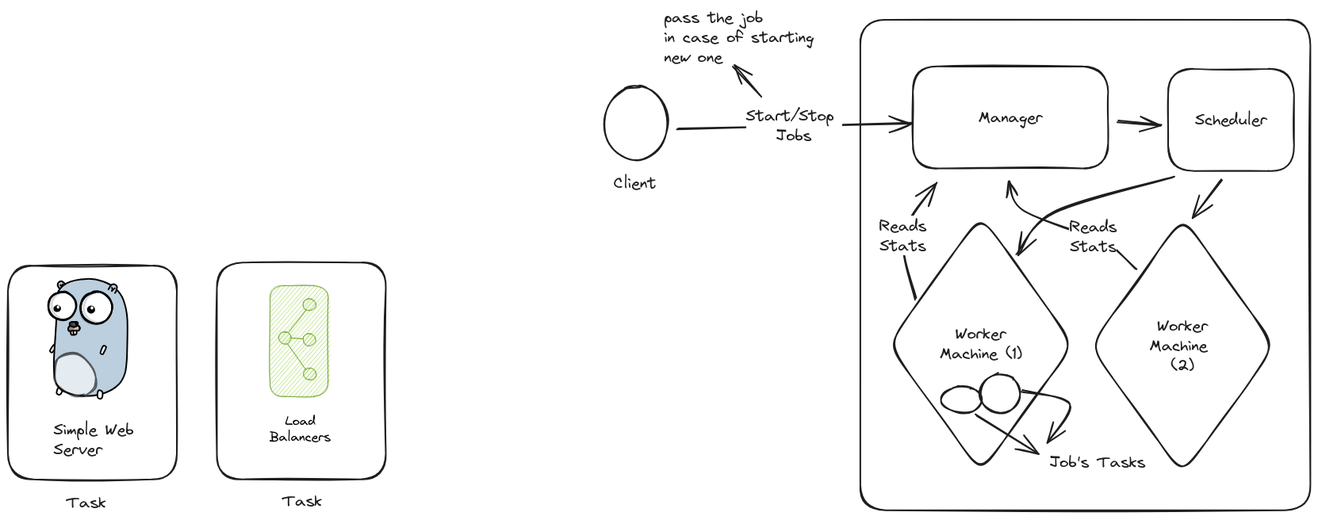
The Excalidraw diagram orchestrator/readme.excalidraw.png in FadyGamilH/system-programming-projects, before a commit. Source tidied: one line per element, renumbered; positions are measured from the earlier drawing's top-left corner, leaving out a move shared by most shapes.
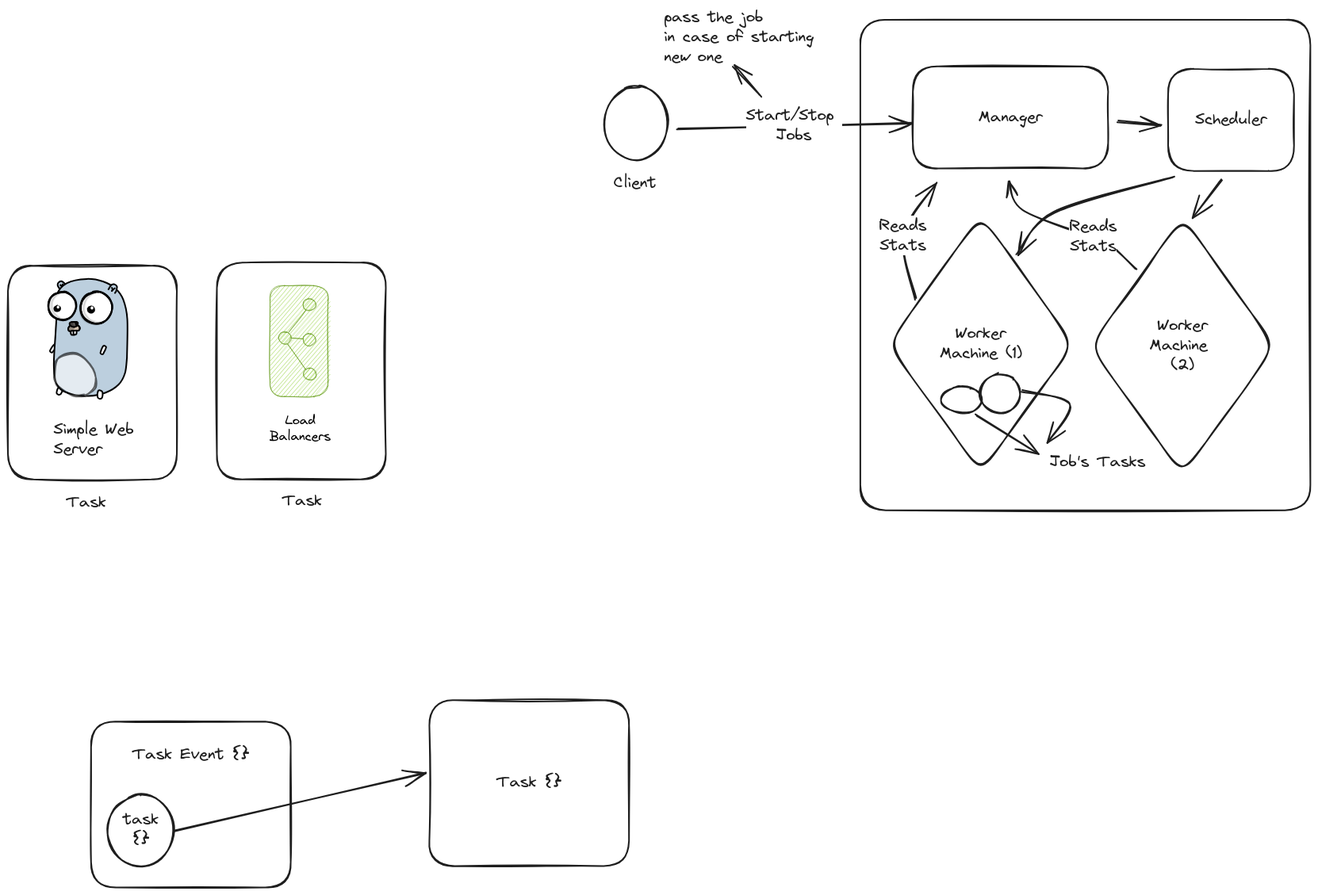
After the commit.

Commit message:
finish the impl of running a task as a container

Diff of the diagram source:
```diff
@@ -47,7 +47,7 @@
 {"id": 46, "type": "arrow", "strokeColor": "#5c940d", "backgroundColor": "#82c91e", "fillStyle": "hachure", "strokeWidth": 1, "roughness": 1, "opacity": 60, "from": 43, "x": 353, "y": 424, "width": 23, "height": 32, "points": [[0, 0], [23, 32]]}
 {"id": 47, "type": "arrow", "strokeColor": "#5c940d", "backgroundColor": "#82c91e", "fillStyle": "hachure", "strokeWidth": 1, "roughness": 1, "opacity": 60, "from": 43, "to": 42, "x": 358, "y": 416, "width": 14, "height": 1, "points": [[0, 0], [14, 1]]}
 {"id": 48, "type": "arrow", "strokeColor": "#5c940d", "backgroundColor": "#82c91e", "fillStyle": "hachure", "strokeWidth": 1, "roughness": 1, "opacity": 60, "from": 43, "to": 45, "x": 354, "y": 409, "width": 22, "height": 28, "points": [[0, 0], [22, -28]]}
-{"id": 49, "type": "text", "text": "Load\nBalancers", "strokeColor": "#000000", "backgroundColor": "#fab005", "fillStyle": "hachure", "strokeWidth": 1, "roughness": 1, "fontSize": 16, "fontFamily": 1, "textAlign": "center", "x": 330, "y": 512, "width": 78, "height": 40}
+{"id": 49, "type": "text", "text": "Load\nBalancers", "strokeColor": "#000000", "backgroundColor": "#fab005", "fillStyle": "hachure", "strokeWidth": 1, "roughness": 1, "fontSize": 16, "fontFamily": 1, "textAlign": "center", "x": 330, "y": 512, "width": 77, "height": 40}
 {"id": 50, "type": "ellipse", "strokeColor": "#1e1e1e", "strokeWidth": 2, "roughness": 1, "round": true, "x": 752, "y": 99, "width": 80, "height": 92}
 {"id": 51, "type": "text", "text": "Client", "strokeColor": "#1e1e1e", "strokeWidth": 2, "roughness": 1, "fontSize": 20, "fontFamily": 1, "x": 764, "y": 209, "width": 54, "height": 25}
 {"id": 52, "type": "rectangle", "strokeColor": "#1e1e1e", "strokeWidth": 2, "roughness": 1, "round": true, "x": 1075, "y": 15, "width": 568, "height": 619}
@@ -75,3 +75,10 @@
 {"id": 74, "type": "text", "text": "Reads\nStats", "strokeColor": "#1e1e1e", "strokeWidth": 2, "roughness": 1, "fontSize": 20, "fontFamily": 1, "textAlign": "center", "verticalAlign": "middle", "inside": 73, "x": 1139, "y": 248, "width": 60, "height": 50}
 {"id": 75, "type": "arrow", "strokeColor": "#1e1e1e", "strokeWidth": 2, "roughness": 1, "endArrowhead": "arrow", "round": true, "from": 64, "to": 53, "x": 1424, "y": 328, "width": 161, "height": 110, "points": [[0, 0], [-31, -28], [-55, -39], [-145, -72], [-161, -110]]}
 {"id": 76, "type": "text", "text": "Reads\nStats", "strokeColor": "#1e1e1e", "strokeWidth": 2, "roughness": 1, "fontSize": 20, "fontFamily": 1, "textAlign": "center", "verticalAlign": "middle", "inside": 75, "x": 1342, "y": 248, "width": 60, "height": 50}
+{"id": 77, "type": "rectangle", "strokeColor": "#1e1e1e", "strokeWidth": 2, "roughness": 1, "round": true, "x": 105, "y": 900, "width": 252, "height": 209}
+{"id": 78, "type": "text", "text": "Task Event {}\n\n\n\n\n", "strokeColor": "#1e1e1e", "strokeWidth": 2, "roughness": 1, "fontSize": 20, "fontFamily": 1, "textAlign": "center", "verticalAlign": "middle", "inside": 77, "x": 157, "y": 930, "width": 147, "height": 150}
+{"id": 79, "type": "ellipse", "strokeColor": "#1e1e1e", "strokeWidth": 2, "roughness": 1, "round": true, "x": 126, "y": 992, "width": 84, "height": 91}
+{"id": 80, "type": "text", "text": "task\n{}", "strokeColor": "#1e1e1e", "strokeWidth": 2, "roughness": 1, "fontSize": 20, "fontFamily": 1, "textAlign": "center", "verticalAlign": "middle", "inside": 79, "x": 145, "y": 1012, "width": 45, "height": 50}
+{"id": 81, "type": "arrow", "strokeColor": "#1e1e1e", "strokeWidth": 2, "roughness": 1, "endArrowhead": "arrow", "round": true, "from": 79, "to": 82, "x": 210, "y": 1038, "width": 316, "height": 73, "points": [[0, 0], [316, -73]]}
+{"id": 82, "type": "rectangle", "strokeColor": "#1e1e1e", "strokeWidth": 2, "roughness": 1, "round": true, "x": 531, "y": 873, "width": 252, "height": 209}
+{"id": 83, "type": "text", "text": "Task {}", "strokeColor": "#1e1e1e", "strokeWidth": 2, "roughness": 1, "fontSize": 20, "fontFamily": 1, "textAlign": "center", "verticalAlign": "middle", "inside": 82, "x": 617, "y": 965, "width": 81, "height": 25}
```
